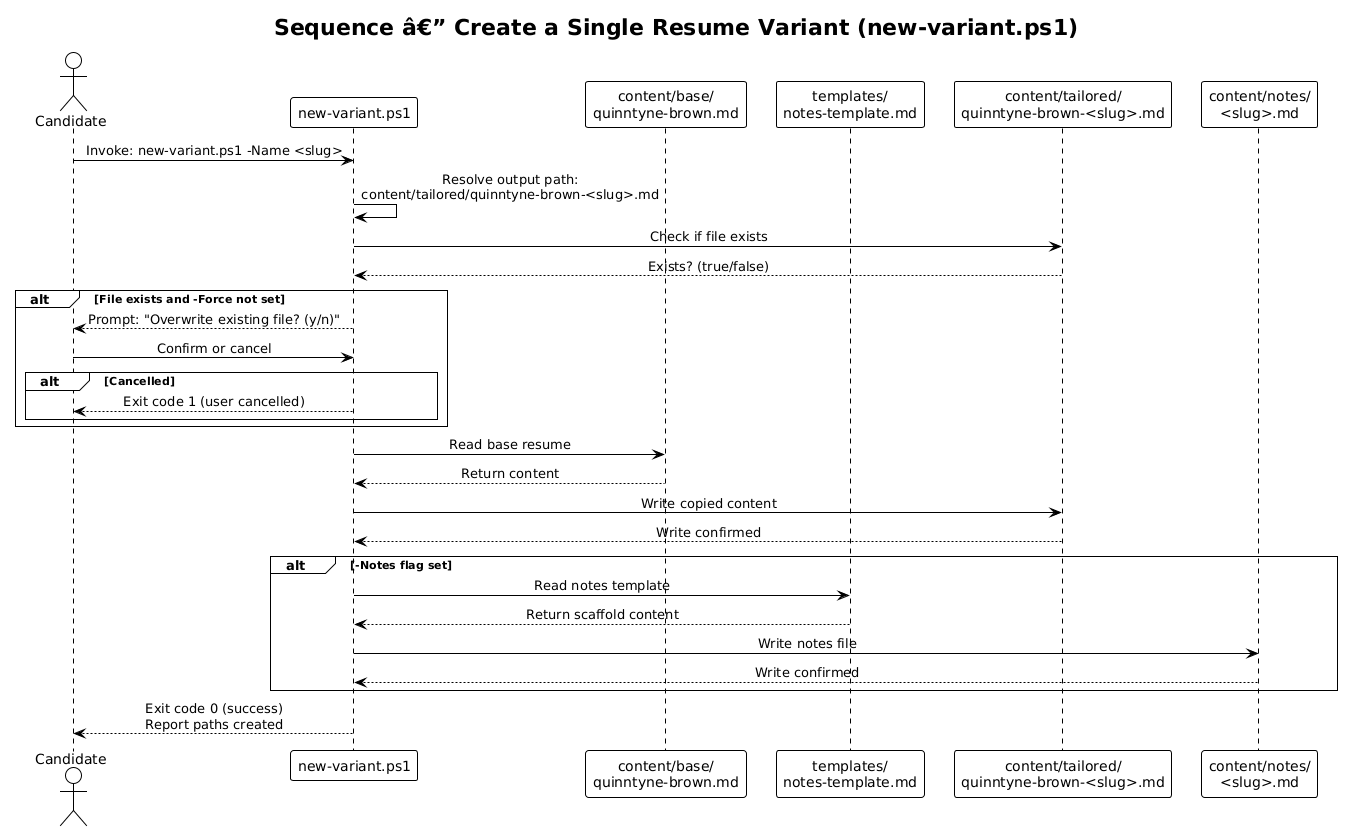
This is docs/detailed-designs/12-workflow-automation/diagrams/sequence_new_variant.png from QuinntyneBrown/Orbit, a PlantUML export, as it was before one commit. Its diagram source:
```plantuml
@startuml
!theme plain
skinparam sequenceMessageAlign center

title Sequence â€” Create a Single Resume Variant (new-variant.ps1)

actor Candidate
participant "new-variant.ps1" as Script
participant "content/base/\nquinntyne-brown.md" as Base
participant "templates/\nnotes-template.md" as Template
participant "content/tailored/\nquinntyne-brown-<slug>.md" as Variant
participant "content/notes/\n<slug>.md" as Notes

Candidate -> Script : Invoke: new-variant.ps1 -Name <slug>

Script -> Script : Resolve output path:\ncontent/tailored/quinntyne-brown-<slug>.md

Script -> Variant : Check if file exists
Variant --> Script : Exists? (true/false)

alt File exists and -Force not set
    Script --> Candidate : Prompt: "Overwrite existing file? (y/n)"
    Candidate -> Script : Confirm or cancel
    alt Cancelled
        Script --> Candidate : Exit code 1 (user cancelled)
    end
end

Script -> Base : Read base resume
Base --> Script : Return content

Script -> Variant : Write copied content
Variant --> Script : Write confirmed

alt -Notes flag set
    Script -> Template : Read notes template
    Template --> Script : Return scaffold content
    Script -> Notes : Write notes file
    Notes --> Script : Write confirmed
end

Script --> Candidate : Exit code 0 (success)\nReport paths created
@enduml
```
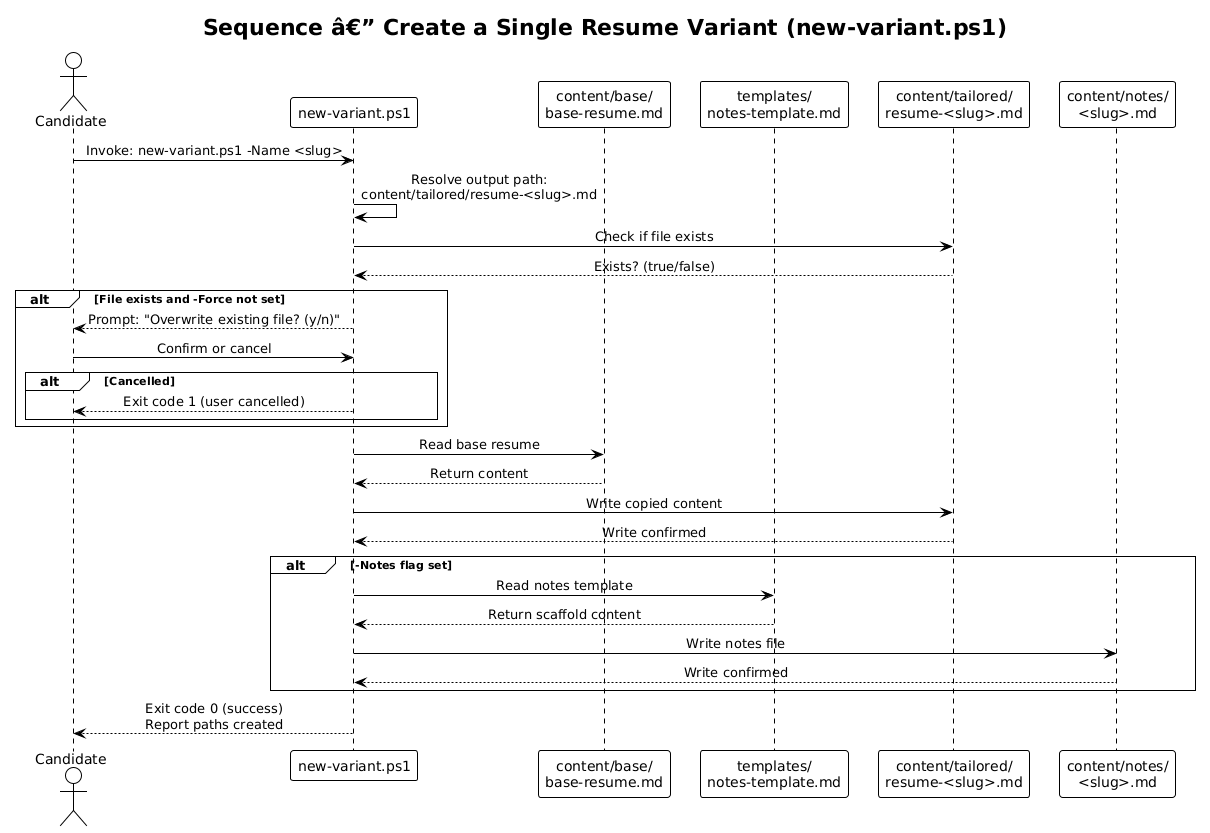
After the change.

What changed in the source:
```diff
@@ -6,14 +6,14 @@
 
 actor Candidate
 participant "new-variant.ps1" as Script
-participant "content/base/\nquinntyne-brown.md" as Base
+participant "content/base/\nbase-resume.md" as Base
 participant "templates/\nnotes-template.md" as Template
-participant "content/tailored/\nquinntyne-brown-<slug>.md" as Variant
+participant "content/tailored/\nresume-<slug>.md" as Variant
 participant "content/notes/\n<slug>.md" as Notes
 
 Candidate -> Script : Invoke: new-variant.ps1 -Name <slug>
 
-Script -> Script : Resolve output path:\ncontent/tailored/quinntyne-brown-<slug>.md
+Script -> Script : Resolve output path:\ncontent/tailored/resume-<slug>.md
 
 Script -> Variant : Check if file exists
 Variant --> Script : Exists? (true/false)
```
